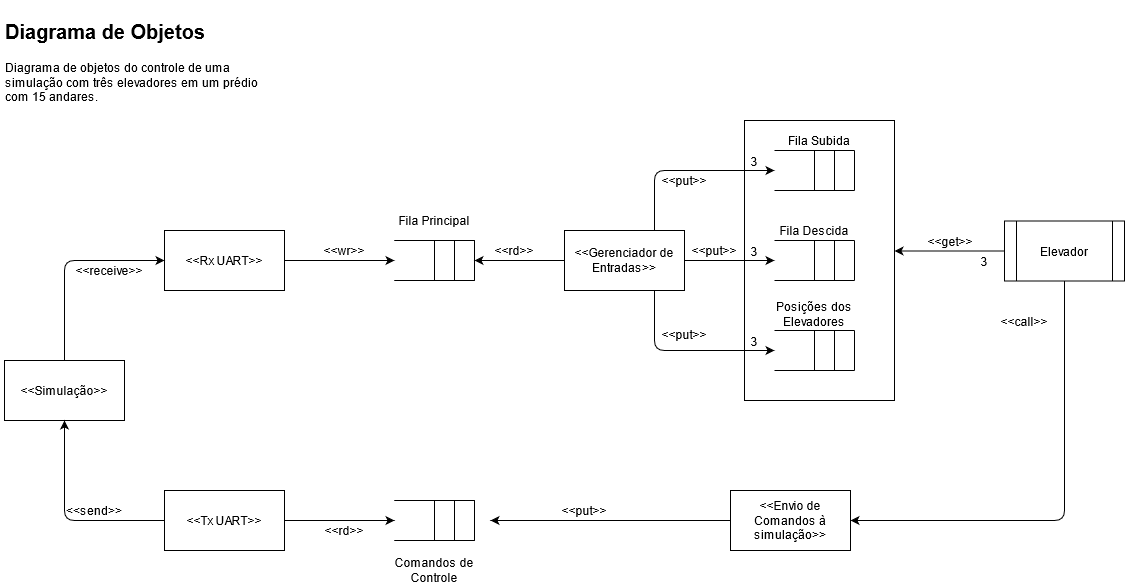
Before: ProjetoFinal/Documents/Projeto_Elevador_Diagrama_Objetos.png, a diagram exported from draw.io (bymarina/SistemasEmbarcados). Source tidied: cells renumbered, new cells last; positions are measured from the earlier drawing's top-left corner, leaving out a move shared by most shapes.
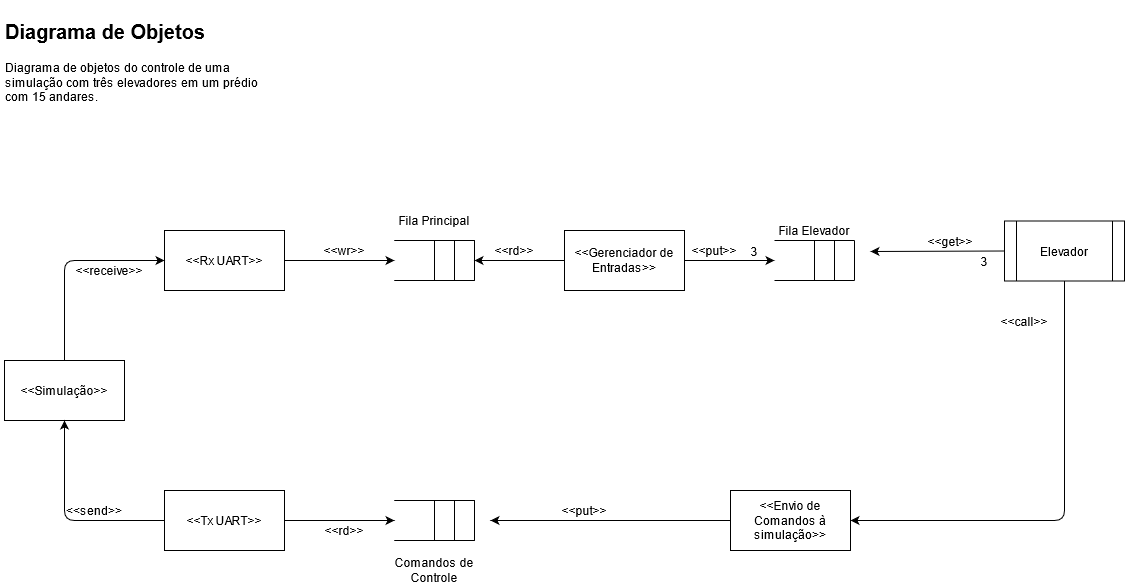
The same file after the commit.

Commit message:
correct diagram

What changed in the source:
```diff
@@ -190,39 +190,14 @@
     <mxCell id="39" value="&amp;lt;&amp;lt;rd&amp;gt;&amp;gt;" style="text;html=1;strokeColor=none;fillColor=none;align=center;verticalAlign=middle;whiteSpace=wrap;rounded=0;" parent="1" vertex="1">
       <mxGeometry x="494" y="230" width="40" height="20" as="geometry" />
     </mxCell>
-    <mxCell id="40" value="Fila Subida" style="text;html=1;strokeColor=none;fillColor=none;align=center;verticalAlign=middle;whiteSpace=wrap;rounded=0;" parent="1" vertex="1">
-      <mxGeometry x="774" y="120" width="90" height="20" as="geometry" />
-    </mxCell>
-    <mxCell id="41" value="Fila Descida" style="text;html=1;strokeColor=none;fillColor=none;align=center;verticalAlign=middle;whiteSpace=wrap;rounded=0;" parent="1" vertex="1">
+    <mxCell id="41" value="Fila Elevador" style="text;html=1;strokeColor=none;fillColor=none;align=center;verticalAlign=middle;whiteSpace=wrap;rounded=0;" parent="1" vertex="1">
       <mxGeometry x="774" y="210" width="80" height="20" as="geometry" />
     </mxCell>
-    <mxCell id="42" style="endArrow=classic;html=1;exitX=0.75;exitY=0;exitDx=0;exitDy=0;" parent="1" edge="1" source="2">
-      <mxGeometry relative="1" as="geometry">
-        <mxPoint x="774" y="160" as="targetPoint" />
-        <Array as="points">
-          <mxPoint x="654" y="160" />
-        </Array>
-      </mxGeometry>
-    </mxCell>
     <mxCell id="43" style="endArrow=classic;html=1;exitX=1;exitY=0.5;exitDx=0;exitDy=0;" parent="1" edge="1" source="2">
       <mxGeometry relative="1" as="geometry">
         <mxPoint x="774" y="250" as="targetPoint" />
       </mxGeometry>
     </mxCell>
-    <mxCell id="44" style="endArrow=classic;html=1;exitX=0.75;exitY=1;exitDx=0;exitDy=0;entryX=0;entryY=0.5;entryDx=0;entryDy=0;" parent="1" edge="1" source="2">
-      <mxGeometry relative="1" as="geometry">
-        <mxPoint x="774" y="340" as="targetPoint" />
-        <Array as="points">
-          <mxPoint x="654" y="340" />
-        </Array>
-      </mxGeometry>
-    </mxCell>
-    <mxCell id="45" value="&amp;lt;&amp;lt;put&amp;gt;&amp;gt;" style="text;html=1;strokeColor=none;fillColor=none;align=center;verticalAlign=middle;whiteSpace=wrap;rounded=0;" parent="1" vertex="1">
-      <mxGeometry x="664" y="160" width="40" height="20" as="geometry" />
-    </mxCell>
-    <mxCell id="46" value="Posições dos Elevadores" style="text;html=1;strokeColor=none;fillColor=none;align=center;verticalAlign=middle;whiteSpace=wrap;rounded=0;" parent="1" vertex="1">
-      <mxGeometry x="774" y="294" width="80" height="20" as="geometry" />
-    </mxCell>
     <mxCell id="47" value="&amp;lt;&amp;lt;send&amp;gt;&amp;gt;" style="text;html=1;strokeColor=none;fillColor=none;align=center;verticalAlign=middle;whiteSpace=wrap;rounded=0;" parent="1" vertex="1">
       <mxGeometry x="74" y="490" width="40" height="20" as="geometry" />
     </mxCell>
@@ -232,39 +207,6 @@
     <mxCell id="49" value="&amp;lt;&amp;lt;get&amp;gt;&amp;gt;" style="text;html=1;strokeColor=none;fillColor=none;align=center;verticalAlign=middle;whiteSpace=wrap;rounded=0;" parent="1" vertex="1">
       <mxGeometry x="930" y="220.5" width="40" height="20" as="geometry" />
     </mxCell>
-    <mxCell id="50" style="rounded=0;whiteSpace=wrap;html=1;strokeColor=#000000;strokeWidth=1;fillColor=none;" parent="1" vertex="1">
-      <mxGeometry x="744" y="110" width="150" height="280" as="geometry" />
-    </mxCell>
-    <mxCell id="51" style="endArrow=none;html=1;" parent="1" edge="1">
-      <mxGeometry x="784" y="150" as="geometry">
-        <mxPoint x="774" y="140" as="sourcePoint" />
-        <mxPoint x="854" y="140" as="targetPoint" />
-      </mxGeometry>
-    </mxCell>
-    <mxCell id="52" style="endArrow=none;html=1;" parent="1" edge="1">
-      <mxGeometry x="784" y="150" as="geometry">
-        <mxPoint x="774" y="180" as="sourcePoint" />
-        <mxPoint x="854" y="180" as="targetPoint" />
-      </mxGeometry>
-    </mxCell>
-    <mxCell id="53" style="endArrow=none;html=1;" parent="1" edge="1">
-      <mxGeometry x="784" y="150" as="geometry">
-        <mxPoint x="854" y="180" as="sourcePoint" />
-        <mxPoint x="854" y="140" as="targetPoint" />
-      </mxGeometry>
-    </mxCell>
-    <mxCell id="54" style="endArrow=none;html=1;" parent="1" edge="1">
-      <mxGeometry x="784" y="150" as="geometry">
-        <mxPoint x="834" y="180" as="sourcePoint" />
-        <mxPoint x="834" y="140" as="targetPoint" />
-      </mxGeometry>
-    </mxCell>
-    <mxCell id="55" style="endArrow=none;html=1;" parent="1" edge="1">
-      <mxGeometry x="784" y="150" as="geometry">
-        <mxPoint x="814" y="180" as="sourcePoint" />
-        <mxPoint x="814" y="140" as="targetPoint" />
-      </mxGeometry>
-    </mxCell>
     <mxCell id="56" style="endArrow=none;html=1;" parent="1" edge="1">
       <mxGeometry x="784" y="240" as="geometry">
         <mxPoint x="774" y="230" as="sourcePoint" />
@@ -295,39 +237,9 @@
         <mxPoint x="814" y="230" as="targetPoint" />
       </mxGeometry>
     </mxCell>
-    <mxCell id="61" style="endArrow=none;html=1;" parent="1" edge="1">
-      <mxGeometry x="784" y="330" as="geometry">
-        <mxPoint x="774" y="320" as="sourcePoint" />
-        <mxPoint x="854" y="320" as="targetPoint" />
-      </mxGeometry>
-    </mxCell>
-    <mxCell id="62" style="endArrow=none;html=1;" parent="1" edge="1">
-      <mxGeometry x="784" y="330" as="geometry">
-        <mxPoint x="774" y="360" as="sourcePoint" />
-        <mxPoint x="854" y="360" as="targetPoint" />
-      </mxGeometry>
-    </mxCell>
-    <mxCell id="63" style="endArrow=none;html=1;" parent="1" edge="1">
-      <mxGeometry x="784" y="330" as="geometry">
-        <mxPoint x="854" y="360" as="sourcePoint" />
-        <mxPoint x="854" y="320" as="targetPoint" />
-      </mxGeometry>
-    </mxCell>
-    <mxCell id="64" style="endArrow=none;html=1;" parent="1" edge="1">
-      <mxGeometry x="784" y="330" as="geometry">
-        <mxPoint x="834" y="360" as="sourcePoint" />
-        <mxPoint x="834" y="320" as="targetPoint" />
-      </mxGeometry>
-    </mxCell>
-    <mxCell id="65" style="endArrow=none;html=1;" parent="1" edge="1">
-      <mxGeometry x="784" y="330" as="geometry">
-        <mxPoint x="814" y="360" as="sourcePoint" />
-        <mxPoint x="814" y="320" as="targetPoint" />
-      </mxGeometry>
-    </mxCell>
-    <mxCell id="66" style="endArrow=classic;html=1;exitX=0;exitY=0.5;exitDx=0;exitDy=0;entryX=1;entryY=0.62;entryDx=0;entryDy=0;entryPerimeter=0;" parent="1" edge="1" source="4">
+    <mxCell id="66" style="endArrow=classic;html=1;exitX=0;exitY=0.5;exitDx=0;exitDy=0;" parent="1" edge="1" source="4">
       <mxGeometry relative="1" as="geometry">
-        <mxPoint x="894" y="240.5" as="targetPoint" />
+        <mxPoint x="870" y="241" as="targetPoint" />
       </mxGeometry>
     </mxCell>
     <mxCell id="67" value="3" style="text;html=1;strokeColor=none;fillColor=none;align=center;verticalAlign=middle;whiteSpace=wrap;rounded=0;" parent="1" vertex="1">
@@ -349,21 +261,12 @@
     <mxCell id="71" value="&amp;lt;&amp;lt;Envio de Comandos à simulação&amp;gt;&amp;gt;" style="rounded=0;whiteSpace=wrap;html=1;strokeColor=#000000;strokeWidth=1;" parent="1" vertex="1">
       <mxGeometry x="730" y="480" width="120" height="60" as="geometry" />
     </mxCell>
-    <mxCell id="72" value="3" style="text;html=1;strokeColor=none;fillColor=none;align=center;verticalAlign=middle;whiteSpace=wrap;rounded=0;" parent="1" vertex="1">
-      <mxGeometry x="734" y="140.5" width="40" height="20" as="geometry" />
-    </mxCell>
     <mxCell id="73" value="3" style="text;html=1;strokeColor=none;fillColor=none;align=center;verticalAlign=middle;whiteSpace=wrap;rounded=0;" parent="1" vertex="1">
       <mxGeometry x="734" y="230.5" width="40" height="20" as="geometry" />
     </mxCell>
-    <mxCell id="74" value="3" style="text;html=1;strokeColor=none;fillColor=none;align=center;verticalAlign=middle;whiteSpace=wrap;rounded=0;" parent="1" vertex="1">
-      <mxGeometry x="734" y="320.5" width="40" height="20" as="geometry" />
-    </mxCell>
     <mxCell id="75" value="&amp;lt;&amp;lt;put&amp;gt;&amp;gt;" style="text;html=1;strokeColor=none;fillColor=none;align=center;verticalAlign=middle;whiteSpace=wrap;rounded=0;" parent="1" vertex="1">
       <mxGeometry x="694" y="230" width="40" height="20" as="geometry" />
     </mxCell>
-    <mxCell id="76" value="&amp;lt;&amp;lt;put&amp;gt;&amp;gt;" style="text;html=1;strokeColor=none;fillColor=none;align=center;verticalAlign=middle;whiteSpace=wrap;rounded=0;" parent="1" vertex="1">
-      <mxGeometry x="664" y="314" width="40" height="20" as="geometry" />
-    </mxCell>
     <mxCell id="77" style="endArrow=classic;html=1;exitX=0;exitY=0.5;exitDx=0;exitDy=0;" parent="1" edge="1" source="71">
       <mxGeometry relative="1" as="geometry">
         <mxPoint x="490" y="510" as="targetPoint" />
```
